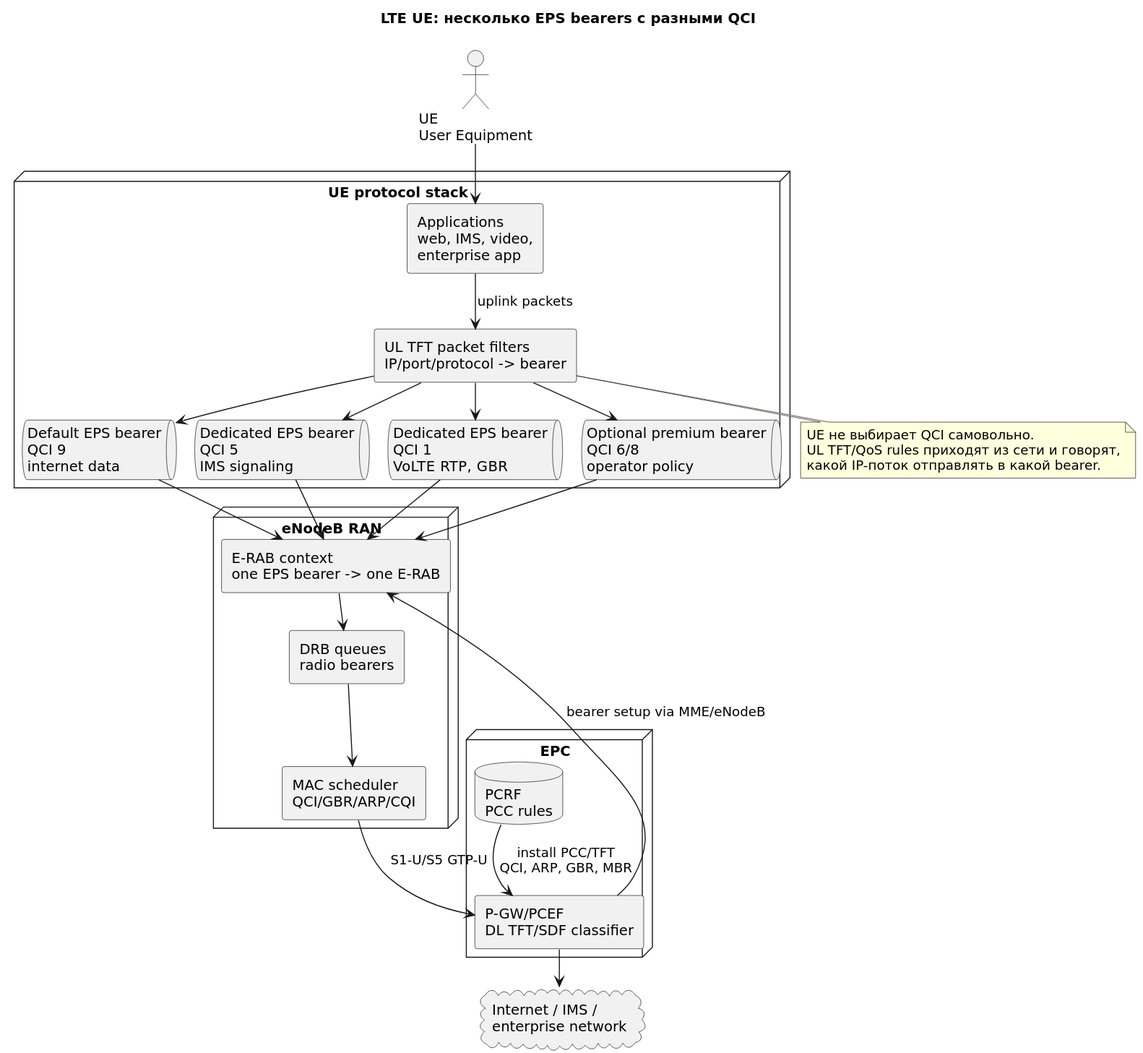
jvbistrue-art/Analitics keeps this PlantUML diagram as docs/mobile-network-qos/diagrams/rendered/ue-multiple-qci-lte.svg. Above is the earlier version. Source of this version:
```plantuml
@startuml
!pragma layout smetana
skinparam componentStyle rectangle
skinparam shadowing false
skinparam defaultFontName DejaVu Sans
title LTE UE: несколько EPS bearers с разными QCI

actor "UE\nUser Equipment" as UE
node "UE protocol stack" as UESTACK {
  rectangle "Applications\nweb, IMS, video,\nenterprise app" as APPS
  rectangle "UL TFT packet filters\nIP/port/protocol -> bearer" as ULTFT
  queue "Default EPS bearer\nQCI 9\ninternet data" as B9
  queue "Dedicated EPS bearer\nQCI 5\nIMS signaling" as B5
  queue "Dedicated EPS bearer\nQCI 1\nVoLTE RTP, GBR" as B1
  queue "Optional premium bearer\nQCI 6/8\noperator policy" as B8
}
node "eNodeB RAN" as ENB {
  rectangle "E-RAB context\none EPS bearer -> one E-RAB" as ERAB
  rectangle "DRB queues\nradio bearers" as DRB
  rectangle "MAC scheduler\nQCI/GBR/ARP/CQI" as SCH
}
node "EPC" as EPC {
  rectangle "P-GW/PCEF\nDL TFT/SDF classifier" as PGW
  database "PCRF\nPCC rules" as PCRF
}
cloud "Internet / IMS /\nenterprise network" as DN

UE --> APPS
APPS --> ULTFT : uplink packets
ULTFT --> B9
ULTFT --> B5
ULTFT --> B1
ULTFT --> B8
B9 --> ERAB
B5 --> ERAB
B1 --> ERAB
B8 --> ERAB
ERAB --> DRB
DRB --> SCH
SCH --> PGW : S1-U/S5 GTP-U
PGW --> DN
PCRF --> PGW : install PCC/TFT\nQCI, ARP, GBR, MBR
PGW --> ERAB : bearer setup via MME/eNodeB

note bottom of ULTFT
UE не выбирает QCI самовольно.
UL TFT/QoS rules приходят из сети и говорят,
какой IP-поток отправлять в какой bearer.
end note
@enduml
```
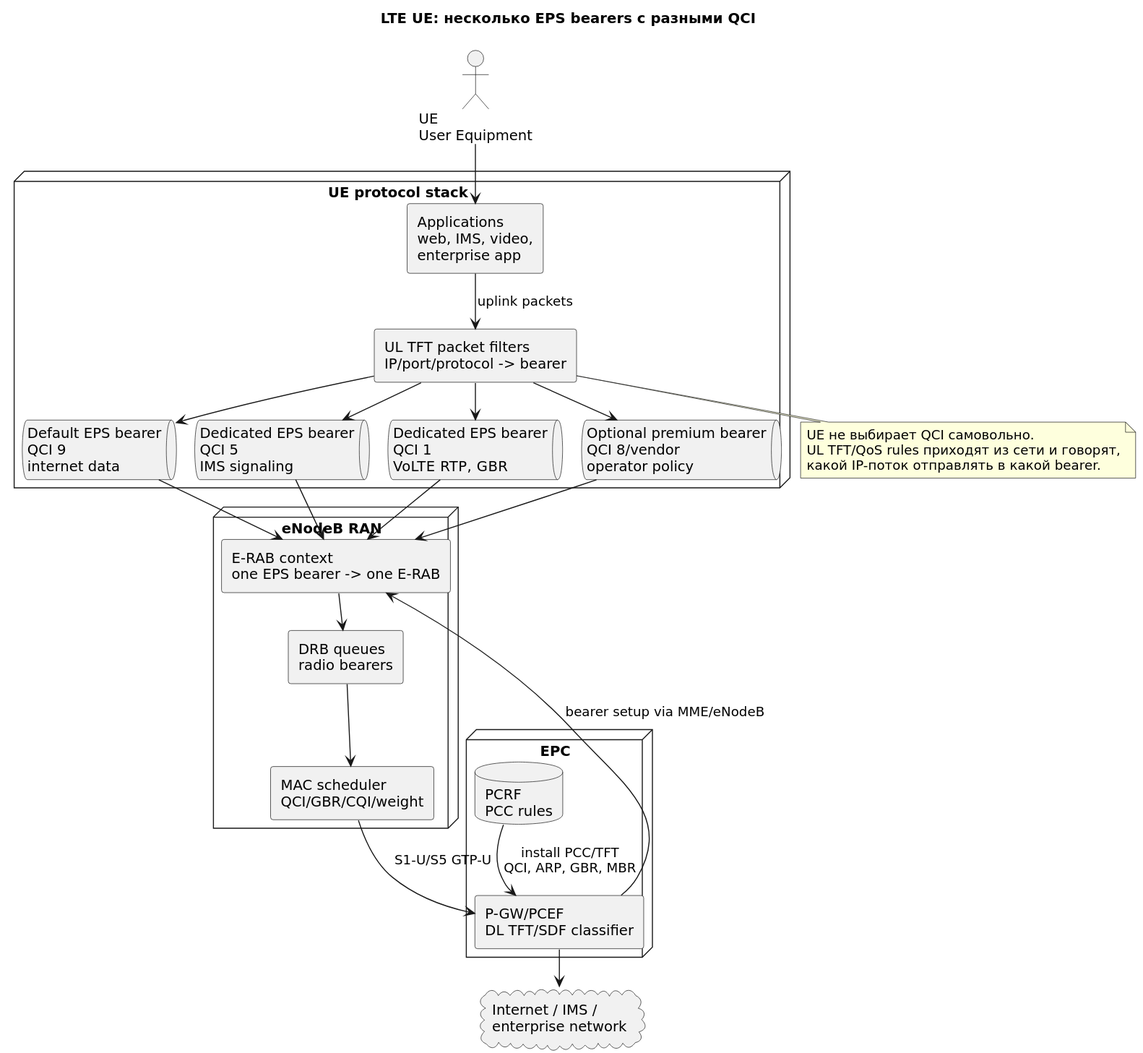
After the change.

Change to the diagram source:
```diff
@@ -12,12 +12,12 @@
   queue "Default EPS bearer\nQCI 9\ninternet data" as B9
   queue "Dedicated EPS bearer\nQCI 5\nIMS signaling" as B5
   queue "Dedicated EPS bearer\nQCI 1\nVoLTE RTP, GBR" as B1
-  queue "Optional premium bearer\nQCI 6/8\noperator policy" as B8
+  queue "Optional premium bearer\nQCI 8/vendor\noperator policy" as B8
 }
 node "eNodeB RAN" as ENB {
   rectangle "E-RAB context\none EPS bearer -> one E-RAB" as ERAB
   rectangle "DRB queues\nradio bearers" as DRB
-  rectangle "MAC scheduler\nQCI/GBR/ARP/CQI" as SCH
+  rectangle "MAC scheduler\nQCI/GBR/CQI/weight" as SCH
 }
 node "EPC" as EPC {
   rectangle "P-GW/PCEF\nDL TFT/SDF classifier" as PGW
```
